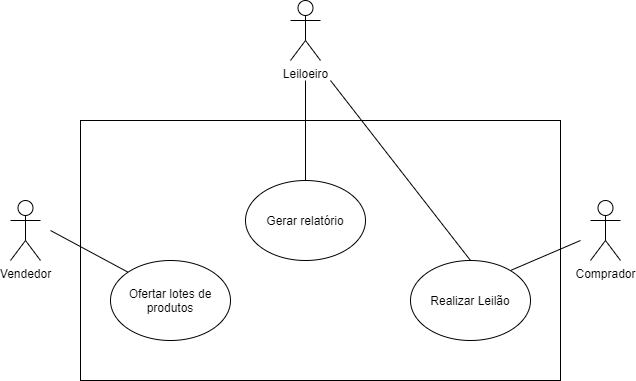
lucaslopespj/lab-eng-software keeps this draw.io diagram as diagrama_casos_de_uso.png. Above is the earlier version. Source tidied: cells renumbered, new cells last; positions are measured from the earlier drawing's top-left corner, leaving out a move shared by most shapes.
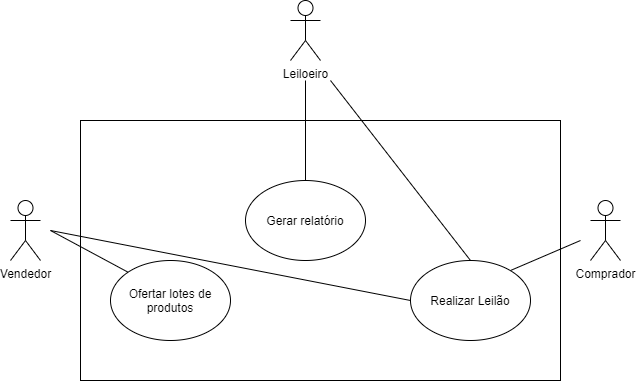
The same diagram one commit later.

Commit message:
:art: Revisão dos casos de uso e diagrama.

What changed in the source:
```diff
@@ -44,5 +44,10 @@
         <mxPoint x="500" y="270" as="targetPoint" />
       </mxGeometry>
     </mxCell>
+    <mxCell id="13" style="endArrow=none;html=1;entryX=0;entryY=0.5;entryDx=0;entryDy=0;" parent="1" edge="1" target="7">
+      <mxGeometry relative="1" as="geometry">
+        <mxPoint x="40" y="230" as="sourcePoint" />
+      </mxGeometry>
+    </mxCell>
   </root>
 </mxGraphModel>
```
